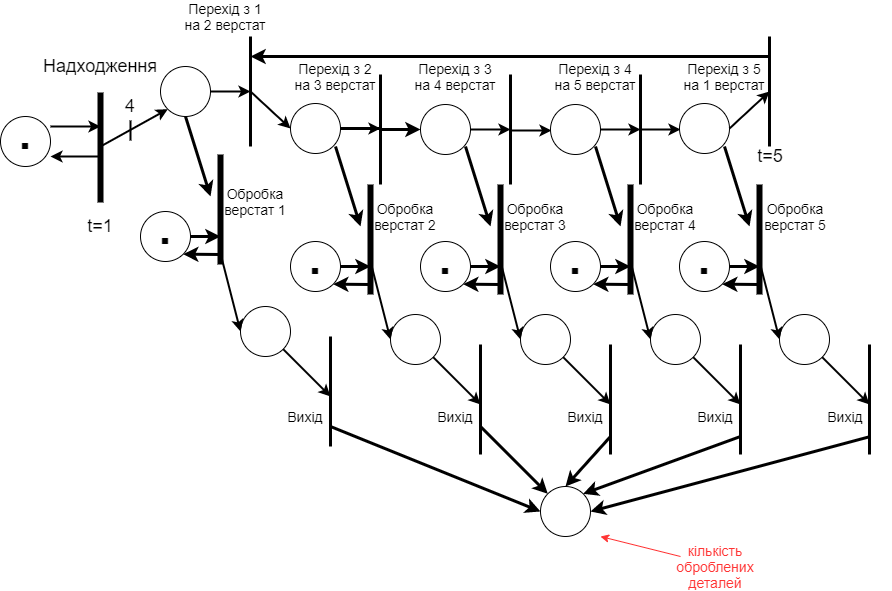
This is конвеєрнаСистема.drawio.png from ojdmytruk/SystemModeling_sem7, a draw.io export, as it was before one commit. Source tidied: cells renumbered, new cells last; positions are measured from the earlier drawing's top-left corner, leaving out a move shared by most shapes.
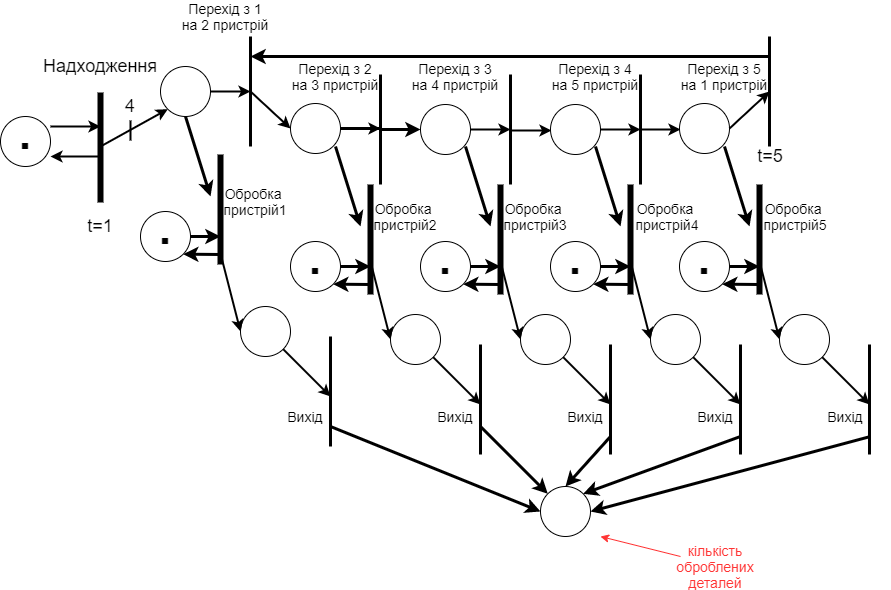
After the commit.

What changed in the source:
```diff
@@ -413,34 +413,34 @@
     <mxCell id="87" value="&lt;font style=&quot;font-size: 18px&quot;&gt;Надходження&lt;/font&gt;" style="text;html=1;strokeColor=none;fillColor=none;align=center;verticalAlign=middle;whiteSpace=wrap;rounded=0;" parent="1" vertex="1">
       <mxGeometry x="80" y="50" width="40" height="20" as="geometry" />
     </mxCell>
-    <mxCell id="88" value="&lt;font style=&quot;font-size: 14px&quot;&gt;Перехід з 1 на 2 верстат&lt;/font&gt;" style="text;html=1;strokeColor=none;fillColor=none;align=center;verticalAlign=middle;whiteSpace=wrap;rounded=0;" parent="1" vertex="1">
+    <mxCell id="88" value="&lt;font style=&quot;font-size: 14px&quot;&gt;Перехід з 1 на 2 пристрій&lt;/font&gt;" style="text;html=1;strokeColor=none;fillColor=none;align=center;verticalAlign=middle;whiteSpace=wrap;rounded=0;" parent="1" vertex="1">
       <mxGeometry x="180" width="90" height="20" as="geometry" />
     </mxCell>
-    <mxCell id="89" value="&lt;font style=&quot;font-size: 14px&quot;&gt;Перехід з 2 на 3 верстат&lt;/font&gt;" style="text;html=1;strokeColor=none;fillColor=none;align=center;verticalAlign=middle;whiteSpace=wrap;rounded=0;" parent="1" vertex="1">
+    <mxCell id="89" value="&lt;font style=&quot;font-size: 14px&quot;&gt;Перехід з 2 на 3 пристрій&lt;/font&gt;" style="text;html=1;strokeColor=none;fillColor=none;align=center;verticalAlign=middle;whiteSpace=wrap;rounded=0;" parent="1" vertex="1">
       <mxGeometry x="290" y="60" width="90" height="20" as="geometry" />
     </mxCell>
-    <mxCell id="90" value="&lt;font style=&quot;font-size: 14px&quot;&gt;Перехід з 3 на 4 верстат&lt;/font&gt;" style="text;html=1;strokeColor=none;fillColor=none;align=center;verticalAlign=middle;whiteSpace=wrap;rounded=0;" parent="1" vertex="1">
+    <mxCell id="90" value="&lt;font style=&quot;font-size: 14px&quot;&gt;Перехід з 3 на 4&amp;nbsp;&lt;/font&gt;&lt;span style=&quot;font-size: 14px&quot;&gt;пристрій&lt;/span&gt;" style="text;html=1;strokeColor=none;fillColor=none;align=center;verticalAlign=middle;whiteSpace=wrap;rounded=0;" parent="1" vertex="1">
       <mxGeometry x="410" y="60" width="90" height="20" as="geometry" />
     </mxCell>
-    <mxCell id="91" value="&lt;font style=&quot;font-size: 14px&quot;&gt;Перехід з 4 на 5 верстат&lt;/font&gt;" style="text;html=1;strokeColor=none;fillColor=none;align=center;verticalAlign=middle;whiteSpace=wrap;rounded=0;" parent="1" vertex="1">
+    <mxCell id="91" value="&lt;font style=&quot;font-size: 14px&quot;&gt;Перехід з 4 на 5&amp;nbsp;&lt;/font&gt;&lt;span style=&quot;font-size: 14px&quot;&gt;пристрій&lt;/span&gt;" style="text;html=1;strokeColor=none;fillColor=none;align=center;verticalAlign=middle;whiteSpace=wrap;rounded=0;" parent="1" vertex="1">
       <mxGeometry x="550" y="60" width="90" height="20" as="geometry" />
     </mxCell>
-    <mxCell id="92" value="&lt;font style=&quot;font-size: 14px&quot;&gt;Перехід з 5 на 1 верстат&lt;/font&gt;" style="text;html=1;strokeColor=none;fillColor=none;align=center;verticalAlign=middle;whiteSpace=wrap;rounded=0;" parent="1" vertex="1">
+    <mxCell id="92" value="&lt;font style=&quot;font-size: 14px&quot;&gt;Перехід з 5 на 1&amp;nbsp;&lt;/font&gt;&lt;span style=&quot;font-size: 14px&quot;&gt;пристрій&lt;/span&gt;" style="text;html=1;strokeColor=none;fillColor=none;align=center;verticalAlign=middle;whiteSpace=wrap;rounded=0;" parent="1" vertex="1">
       <mxGeometry x="679" y="60" width="90" height="20" as="geometry" />
     </mxCell>
-    <mxCell id="93" value="&lt;span style=&quot;font-size: 14px&quot;&gt;Обробка верстат 1&lt;/span&gt;" style="text;html=1;strokeColor=none;fillColor=none;align=center;verticalAlign=middle;whiteSpace=wrap;rounded=0;" parent="1" vertex="1">
+    <mxCell id="93" value="&lt;span style=&quot;font-size: 14px&quot;&gt;Обробка&amp;nbsp;&lt;br&gt;&lt;/span&gt;&lt;span style=&quot;font-size: 14px&quot;&gt;пристрій&lt;/span&gt;&lt;span style=&quot;font-size: 14px&quot;&gt;1&lt;/span&gt;" style="text;html=1;strokeColor=none;fillColor=none;align=center;verticalAlign=middle;whiteSpace=wrap;rounded=0;" parent="1" vertex="1">
       <mxGeometry x="210" y="185" width="90" height="20" as="geometry" />
     </mxCell>
-    <mxCell id="94" value="&lt;span style=&quot;font-size: 14px&quot;&gt;Обробка верстат 2&lt;/span&gt;" style="text;html=1;strokeColor=none;fillColor=none;align=center;verticalAlign=middle;whiteSpace=wrap;rounded=0;" parent="1" vertex="1">
+    <mxCell id="94" value="&lt;span style=&quot;font-size: 14px&quot;&gt;Обробка&amp;nbsp;&lt;br&gt;&lt;/span&gt;&lt;span style=&quot;font-size: 14px&quot;&gt;пристрій&lt;/span&gt;&lt;span style=&quot;font-size: 14px&quot;&gt;2&lt;/span&gt;" style="text;html=1;strokeColor=none;fillColor=none;align=center;verticalAlign=middle;whiteSpace=wrap;rounded=0;" parent="1" vertex="1">
       <mxGeometry x="360" y="200" width="90" height="20" as="geometry" />
     </mxCell>
-    <mxCell id="95" value="&lt;span style=&quot;font-size: 14px&quot;&gt;Обробка верстат 3&lt;/span&gt;" style="text;html=1;strokeColor=none;fillColor=none;align=center;verticalAlign=middle;whiteSpace=wrap;rounded=0;" parent="1" vertex="1">
+    <mxCell id="95" value="&lt;span style=&quot;font-size: 14px&quot;&gt;Обробка&amp;nbsp;&lt;br&gt;&lt;/span&gt;&lt;span style=&quot;font-size: 14px&quot;&gt;пристрій&lt;/span&gt;&lt;span style=&quot;font-size: 14px&quot;&gt;3&lt;/span&gt;" style="text;html=1;strokeColor=none;fillColor=none;align=center;verticalAlign=middle;whiteSpace=wrap;rounded=0;" parent="1" vertex="1">
       <mxGeometry x="490" y="200" width="90" height="20" as="geometry" />
     </mxCell>
-    <mxCell id="96" value="&lt;span style=&quot;font-size: 14px&quot;&gt;Обробка верстат 4&lt;/span&gt;" style="text;html=1;strokeColor=none;fillColor=none;align=center;verticalAlign=middle;whiteSpace=wrap;rounded=0;" parent="1" vertex="1">
+    <mxCell id="96" value="&lt;span style=&quot;font-size: 14px&quot;&gt;Обробка&lt;br&gt;&amp;nbsp;&lt;/span&gt;&lt;span style=&quot;font-size: 14px&quot;&gt;пристрій&lt;/span&gt;&lt;span style=&quot;font-size: 14px&quot;&gt;4&lt;/span&gt;" style="text;html=1;strokeColor=none;fillColor=none;align=center;verticalAlign=middle;whiteSpace=wrap;rounded=0;" parent="1" vertex="1">
       <mxGeometry x="620" y="200" width="90" height="20" as="geometry" />
     </mxCell>
-    <mxCell id="97" value="&lt;span style=&quot;font-size: 14px&quot;&gt;Обробка верстат 5&lt;/span&gt;" style="text;html=1;strokeColor=none;fillColor=none;align=center;verticalAlign=middle;whiteSpace=wrap;rounded=0;" parent="1" vertex="1">
+    <mxCell id="97" value="&lt;span style=&quot;font-size: 14px&quot;&gt;Обробка&amp;nbsp;&lt;br&gt;&lt;/span&gt;&lt;span style=&quot;font-size: 14px&quot;&gt;пристрій&lt;/span&gt;&lt;span style=&quot;font-size: 14px&quot;&gt;5&lt;/span&gt;" style="text;html=1;strokeColor=none;fillColor=none;align=center;verticalAlign=middle;whiteSpace=wrap;rounded=0;" parent="1" vertex="1">
       <mxGeometry x="750" y="200" width="90" height="20" as="geometry" />
     </mxCell>
     <mxCell id="98" value="&lt;span style=&quot;font-size: 14px&quot;&gt;Вихід&lt;/span&gt;" style="text;html=1;strokeColor=none;fillColor=none;align=center;verticalAlign=middle;whiteSpace=wrap;rounded=0;" parent="1" vertex="1">
```
